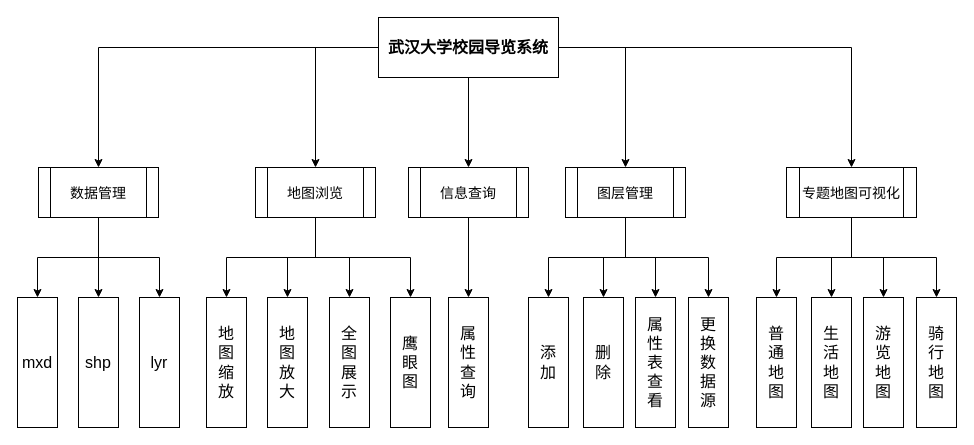
This is Awesome GIS.drawio from Civitasv/process, a draw.io file, before an edit. Source tidied: cells renumbered, new cells numbered last; positions are measured from the earlier drawing's top-left corner, leaving out a move shared by most shapes. Both pictures are drawn from the tidied source at 100%, with x=0, y=0 at pixel (17, 17).
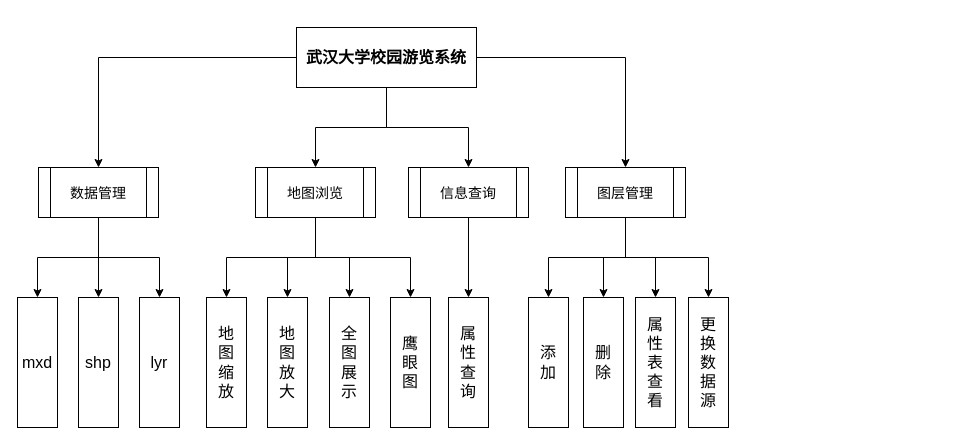
The same diagram, later.

What changed in the source:
```diff
@@
-    <mxCell id="6" style="edgeStyle=orthogonalEdgeStyle;rounded=0;jettySize=auto;html=1;fontSize=16;" parent="1" edge="1" source="7" target="28">
-      <mxGeometry relative="1" as="geometry" />
-    </mxCell>
-    <mxCell id="7" value="武汉大学校园导览系统" style="rounded=0;whiteSpace=wrap;html=1;fontSize=16;fontStyle=1;" parent="1" vertex="1">
-      <mxGeometry x="361" width="180" height="60" as="geometry" />
+    <mxCell id="7" value="武汉大学校园游览系统" style="rounded=0;whiteSpace=wrap;html=1;fontSize=16;fontStyle=1;" parent="1" vertex="1">
+      <mxGeometry x="279" y="10" width="180" height="60" as="geometry" />
     </mxCell>
@@
-    <mxCell id="24" style="edgeStyle=orthogonalEdgeStyle;rounded=0;jettySize=auto;html=1;entryX=0.5;entryY=0;entryDx=0;entryDy=0;" parent="1" edge="1" source="28" target="41">
-      <mxGeometry relative="1" as="geometry" />
-    </mxCell>
-    <mxCell id="25" style="edgeStyle=orthogonalEdgeStyle;rounded=0;jettySize=auto;html=1;entryX=0.5;entryY=0;entryDx=0;entryDy=0;" parent="1" edge="1" source="28" target="42">
-      <mxGeometry relative="1" as="geometry" />
-    </mxCell>
-    <mxCell id="26" style="edgeStyle=orthogonalEdgeStyle;rounded=0;jettySize=auto;html=1;entryX=0.5;entryY=0;entryDx=0;entryDy=0;" parent="1" edge="1" source="28" target="43">
-      <mxGeometry relative="1" as="geometry" />
-    </mxCell>
-    <mxCell id="27" style="edgeStyle=orthogonalEdgeStyle;rounded=0;jettySize=auto;html=1;entryX=0.5;entryY=0;entryDx=0;entryDy=0;" parent="1" edge="1" source="28" target="44">
-      <mxGeometry relative="1" as="geometry" />
-    </mxCell>
-    <mxCell id="28" value="&lt;span style=&quot;font-weight: normal&quot;&gt;&lt;font style=&quot;font-size: 14px&quot;&gt;专题地图可视化&lt;/font&gt;&lt;/span&gt;" style="shape=process;whiteSpace=wrap;html=1;backgroundOutline=1;rounded=0;fontSize=16;fontStyle=1;flipH=1;" parent="1" vertex="1">
-      <mxGeometry x="769" y="150" width="130" height="50" as="geometry" />
-    </mxCell>
@@
-    <mxCell id="41" value="普&lt;br&gt;通&lt;br&gt;地&lt;br&gt;图" style="rounded=0;whiteSpace=wrap;html=1;fontSize=16;" parent="1" vertex="1">
-      <mxGeometry x="739" y="280" width="40" height="130" as="geometry" />
-    </mxCell>
-    <mxCell id="42" value="生&lt;br&gt;活&lt;br&gt;地&lt;br&gt;图" style="rounded=0;whiteSpace=wrap;html=1;fontSize=16;" parent="1" vertex="1">
-      <mxGeometry x="794" y="280" width="40" height="130" as="geometry" />
-    </mxCell>
-    <mxCell id="43" value="游&lt;br&gt;览&lt;br&gt;地&lt;br&gt;图" style="rounded=0;whiteSpace=wrap;html=1;fontSize=16;" parent="1" vertex="1">
-      <mxGeometry x="846" y="280" width="40" height="130" as="geometry" />
-    </mxCell>
-    <mxCell id="44" value="骑&lt;br&gt;行&lt;br&gt;地&lt;br&gt;图" style="rounded=0;whiteSpace=wrap;html=1;fontSize=16;" parent="1" vertex="1">
-      <mxGeometry x="899" y="280" width="40" height="130" as="geometry" />
-    </mxCell>
```
